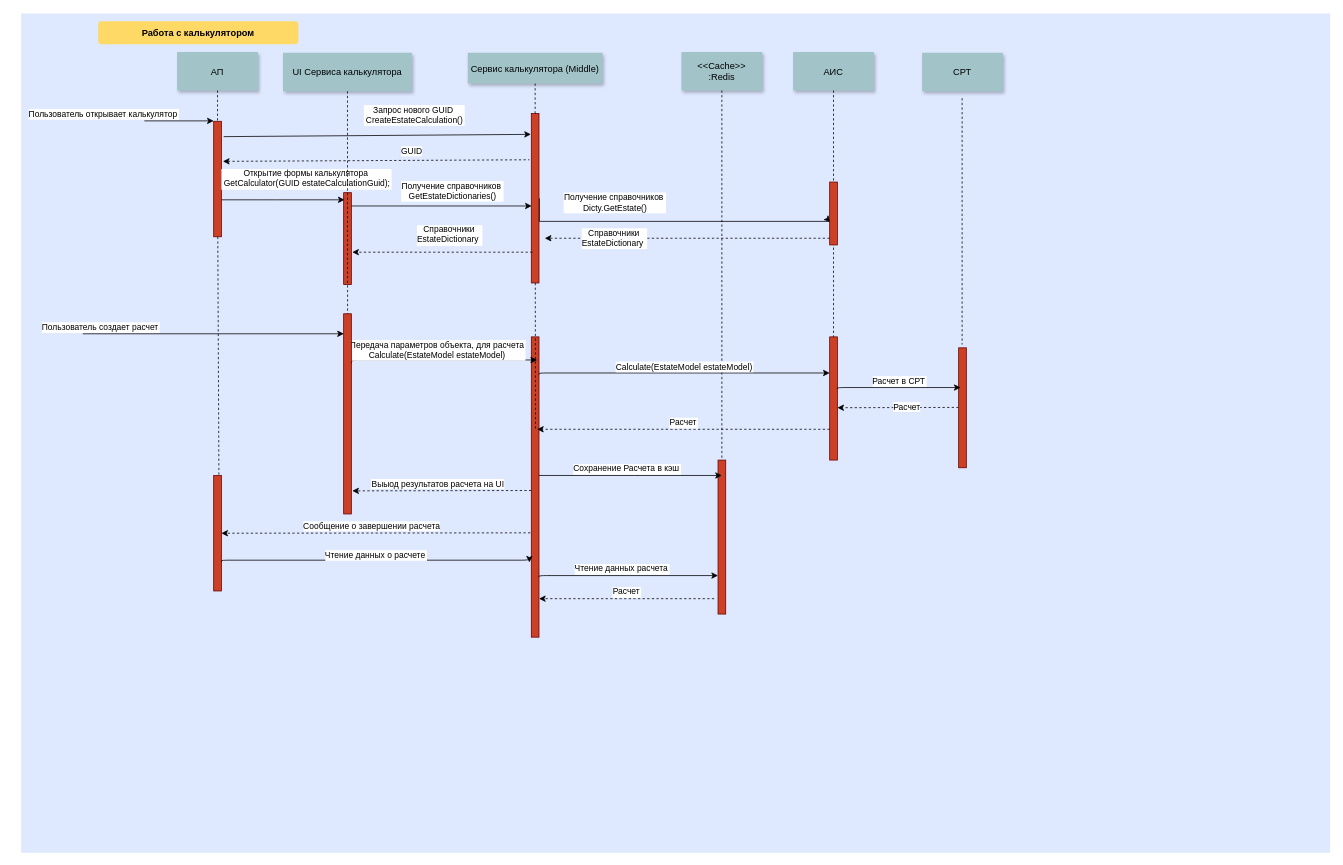
Earlier version of the draw.io diagram Calculator/Sequence/Untitled Diagram.drawio (samsonovsa/uml). Source tidied: cells renumbered, new cells numbered last; positions are measured from the earlier drawing's top-left corner, leaving out a move shared by most shapes. Both pictures are drawn from the tidied source at 77%, with x=0, y=0 at pixel (21, 13).
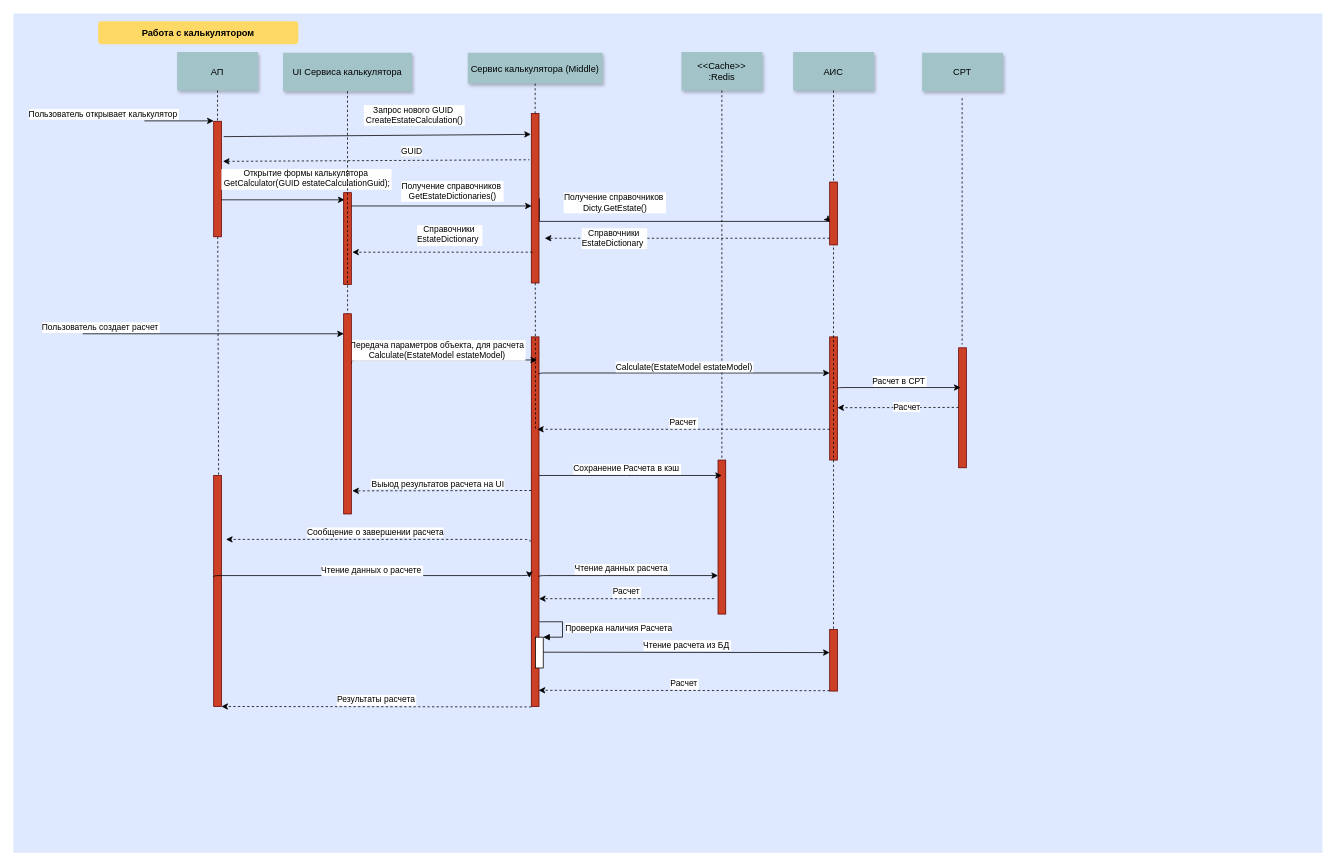
The same page after the edit.

Unchanged cells that the change refers to:
```xml
<mxCell id="18" value="АИС" style="shadow=1;fillColor=#A2C4C9;strokeColor=none;" parent="1" vertex="1">
  <mxGeometry x="1002.5" y="50" width="105" height="50" as="geometry" />
</mxCell>
<mxCell id="23" style="fillColor=#CC4125;strokeColor=#660000;" parent="1" vertex="1">
  <mxGeometry x="1050" y="420" width="10" height="160" as="geometry" />
</mxCell>
```

Change to the diagram source:
```diff
@@
     <mxCell id="2" style="fillColor=#DEE8FF;strokeColor=none;" parent="1" vertex="1">
-      <mxGeometry width="1700" height="1090" as="geometry" />
+      <mxGeometry x="-10" width="1700" height="1090" as="geometry" />
     </mxCell>
@@
     <mxCell id="22" style="fillColor=#CC4125;strokeColor=#660000;" parent="1" vertex="1">
-      <mxGeometry x="662.5" y="420" width="10" height="390" as="geometry" />
+      <mxGeometry x="662.5" y="420" width="10" height="480" as="geometry" />
     </mxCell>
@@
-    <mxCell id="24" style="edgeStyle=none;endArrow=none;dashed=1;" parent="1" edge="1" source="18" target="23">
+    <mxCell id="24" style="edgeStyle=none;endArrow=none;dashed=1;" parent="1" edge="1" source="18" target="56">
       <mxGeometry x="956.6" y="205" as="geometry" />
     </mxCell>
@@
     <mxCell id="48" style="fillColor=#CC4125;strokeColor=#660000;" parent="1" vertex="1">
-      <mxGeometry x="250" y="600" width="10" height="150" as="geometry" />
+      <mxGeometry x="250" y="600" width="10" height="300" as="geometry" />
     </mxCell>
-    <mxCell id="49" style="edgeStyle=elbowEdgeStyle;elbow=vertical;dashed=1;verticalLabelPosition=bottom;verticalAlign=top;entryX=1;entryY=0.5;entryDx=0;entryDy=0;" parent="1" edge="1" target="48">
+    <mxCell id="49" style="edgeStyle=elbowEdgeStyle;elbow=vertical;dashed=1;verticalLabelPosition=bottom;verticalAlign=top;entryX=1.6;entryY=0.277;entryDx=0;entryDy=0;entryPerimeter=0;" parent="1" edge="1" target="48">
       <mxGeometry x="776.2" y="799.3" as="geometry">
-        <mxPoint x="661.2" y="674.5" as="sourcePoint" />
+        <mxPoint x="661" y="686" as="sourcePoint" />
+        <Array as="points">
+          <mxPoint x="340" y="683" />
+          <mxPoint x="590" y="680" />
+        </Array>
       </mxGeometry>
     </mxCell>
@@
     <mxCell id="51" value="Чтение данных о расчете" style="edgeStyle=elbowEdgeStyle;elbow=vertical;verticalLabelPosition=top;verticalAlign=bottom;exitX=1.025;exitY=0.647;exitDx=0;exitDy=0;exitPerimeter=0;" parent="1" edge="1">
-      <mxGeometry x="361" y="696.8" as="geometry">
-        <mxPoint x="260" y="712" as="sourcePoint" />
-        <mxPoint x="660" y="713" as="targetPoint" />
+      <mxGeometry x="351" y="716.8" as="geometry">
+        <mxPoint x="250" y="732" as="sourcePoint" />
+        <mxPoint x="660" y="733" as="targetPoint" />
         <Array as="points">
-          <mxPoint x="311" y="710" />
-          <mxPoint x="261" y="690" />
+          <mxPoint x="301" y="730" />
+          <mxPoint x="251" y="710" />
         </Array>
       </mxGeometry>
     </mxCell>
@@
+    <mxCell id="54" style="html=1;points=[];perimeter=orthogonalPerimeter;" parent="1" vertex="1">
+      <mxGeometry x="668" y="810" width="10" height="40" as="geometry" />
+    </mxCell>
+    <mxCell id="55" value="Проверка наличия Расчета" style="edgeStyle=orthogonalEdgeStyle;html=1;align=left;spacingLeft=2;endArrow=block;rounded=0;entryX=1;entryY=0;" parent="1" edge="1" target="54">
+      <mxGeometry relative="1" as="geometry">
+        <mxPoint x="673" y="790" as="sourcePoint" />
+        <Array as="points">
+          <mxPoint x="703" y="790" />
+        </Array>
+      </mxGeometry>
+    </mxCell>
+    <mxCell id="56" style="fillColor=#CC4125;strokeColor=#660000;" parent="1" vertex="1">
+      <mxGeometry x="1050" y="800" width="10" height="80" as="geometry" />
+    </mxCell>
+    <mxCell id="57" value="Чтение расчета из БД" style="edgeStyle=elbowEdgeStyle;elbow=vertical;verticalLabelPosition=top;verticalAlign=bottom;" parent="1" edge="1">
+      <mxGeometry x="498" y="810.1" as="geometry">
+        <mxPoint x="678" y="829.5" as="sourcePoint" />
+        <mxPoint x="1050" y="830" as="targetPoint" />
+      </mxGeometry>
+    </mxCell>
+    <mxCell id="58" value="Расчет" style="edgeStyle=elbowEdgeStyle;elbow=vertical;dashed=1;verticalLabelPosition=bottom;verticalAlign=bottom;entryX=0.95;entryY=0.956;entryDx=0;entryDy=0;entryPerimeter=0;" parent="1" edge="1" target="22">
+      <mxGeometry x="692.5" y="898.6" as="geometry">
+        <mxPoint x="1050" y="879.5" as="sourcePoint" />
+      </mxGeometry>
+    </mxCell>
+    <mxCell id="59" value="Результаты расчета" style="edgeStyle=elbowEdgeStyle;elbow=vertical;dashed=1;verticalLabelPosition=bottom;verticalAlign=bottom;" parent="1" edge="1">
+      <mxGeometry x="305" y="919.7" as="geometry">
+        <mxPoint x="662.5" y="900.6" as="sourcePoint" />
+        <mxPoint x="260" y="900" as="targetPoint" />
+      </mxGeometry>
+    </mxCell>
```
